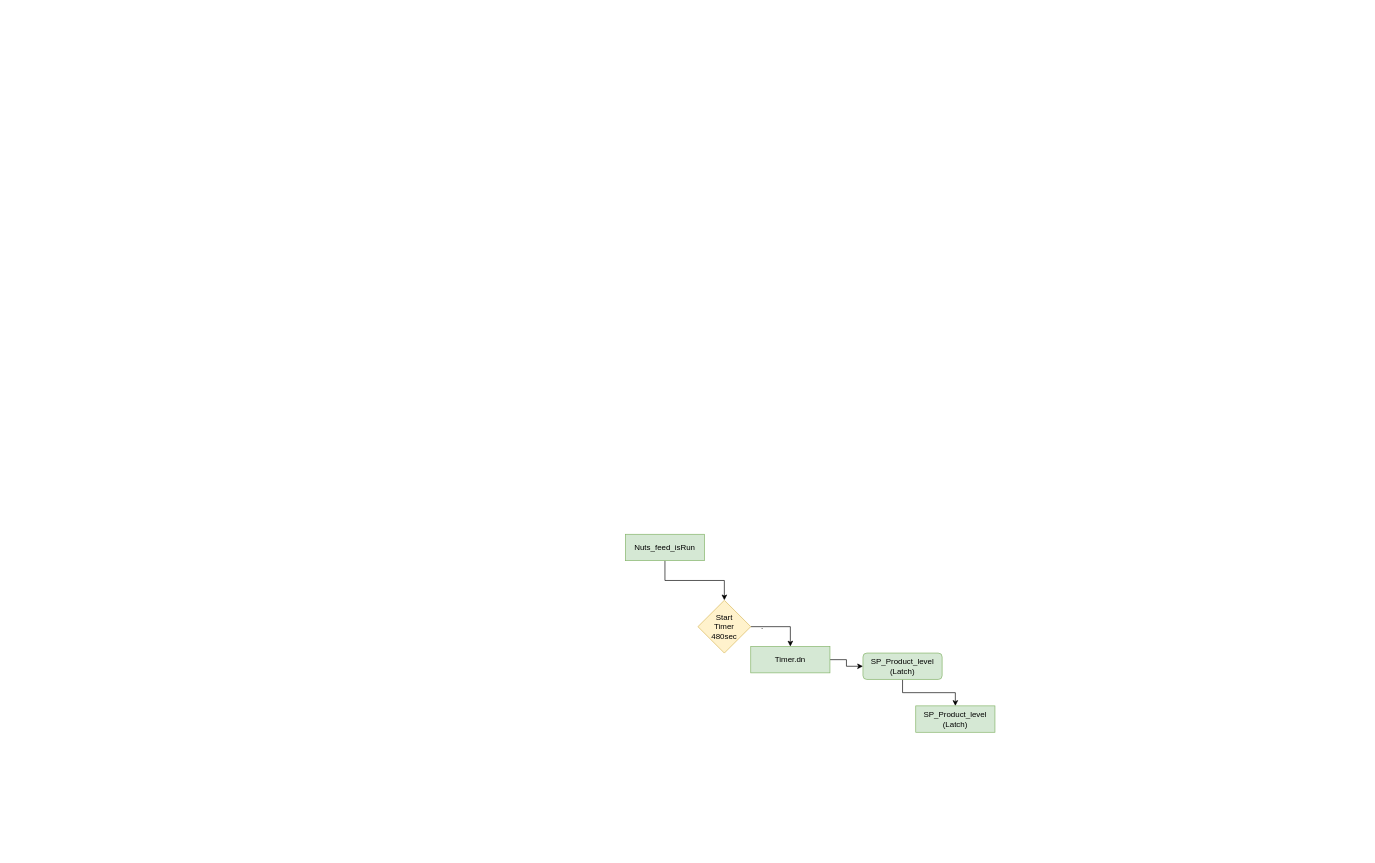
Johnystu/draw_io keeps this draw.io diagram as Fryer_Nut-SP_Product_level.drawio. Above is the earlier version. Source tidied: cells renumbered, new cells numbered last; positions are measured from the earlier drawing's top-left corner, leaving out a move shared by most shapes. Both pictures are drawn from the tidied source at 66%, with x=0, y=0 at pixel (625, 534).
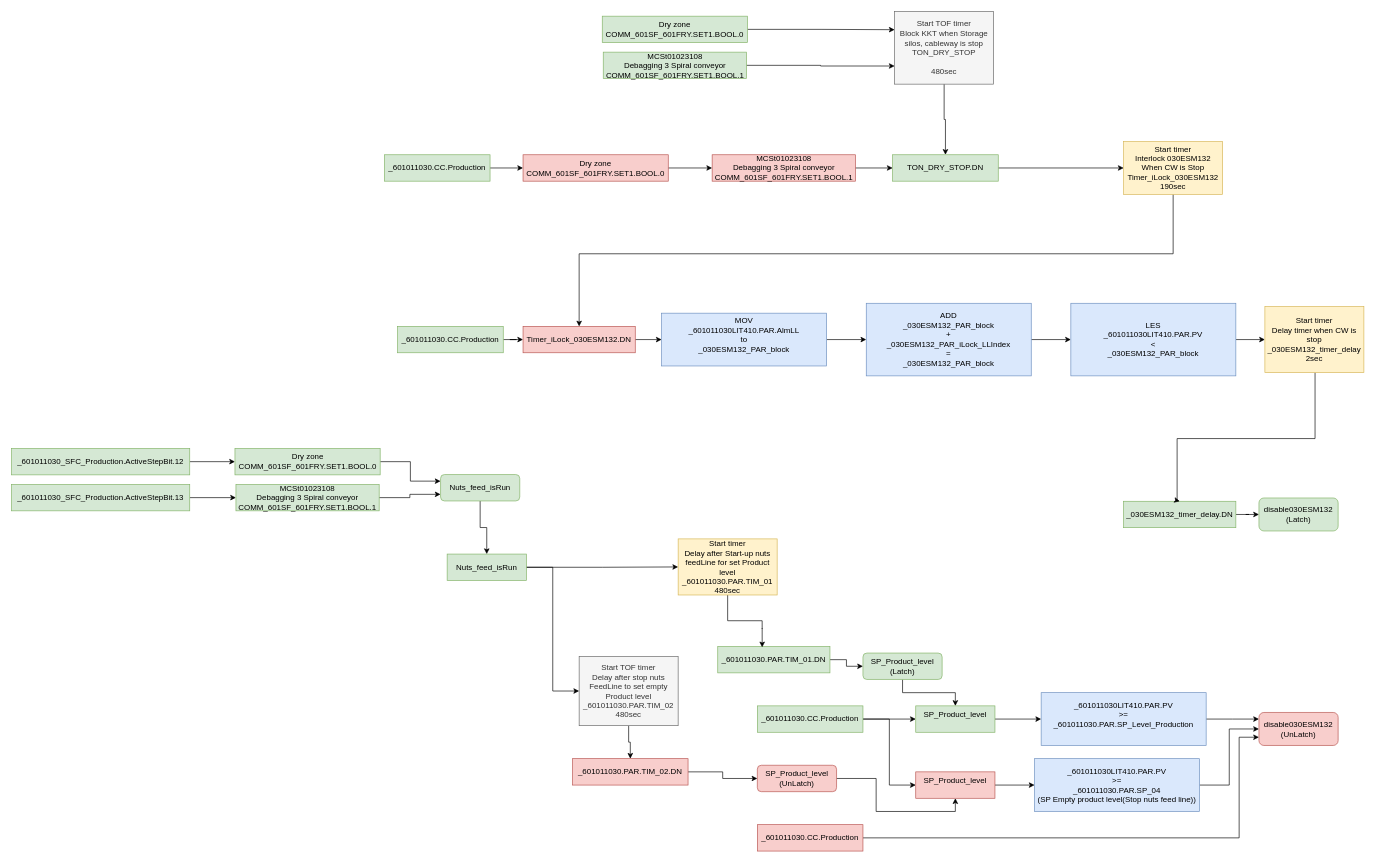
After the change.

Diff of the diagram source:
```diff
@@
+    <mxCell id="12" style="edgeStyle=orthogonalEdgeStyle;rounded=0;jettySize=auto;html=1;" parent="1" edge="1" source="2" target="19">
+      <mxGeometry relative="1" as="geometry" />
+    </mxCell>
-    <mxCell id="2" value="&lt;div&gt;SP_Product_level&lt;/div&gt;&lt;div&gt;(Latch)&lt;br&gt;&lt;/div&gt;" style="rounded=0;whiteSpace=wrap;html=1;fillColor=#d5e8d4;strokeColor=#82b366;" parent="1" vertex="1">
+    <mxCell id="2" value="&lt;div&gt;SP_Product_level&lt;/div&gt;&lt;div&gt;&lt;br&gt;&lt;/div&gt;" style="rounded=0;whiteSpace=wrap;html=1;fillColor=#d5e8d4;strokeColor=#82b366;" parent="1" vertex="1">
       <mxGeometry x="440" y="260" width="120" height="40" as="geometry" />
     </mxCell>
-    <mxCell id="3" style="edgeStyle=orthogonalEdgeStyle;rounded=0;jettySize=auto;html=1;entryX=0.5;entryY=0;entryDx=0;entryDy=0;" parent="1" edge="1" source="4" target="8">
-      <mxGeometry relative="1" as="geometry" />
-    </mxCell>
+    <mxCell id="13" style="edgeStyle=orthogonalEdgeStyle;rounded=0;jettySize=auto;html=1;" parent="1" edge="1" source="4" target="59">
+      <mxGeometry relative="1" as="geometry" />
+    </mxCell>
+    <mxCell id="14" style="edgeStyle=orthogonalEdgeStyle;rounded=0;jettySize=auto;html=1;entryX=0;entryY=0.5;entryDx=0;entryDy=0;" parent="1" edge="1" source="4" target="71">
+      <mxGeometry relative="1" as="geometry" />
+    </mxCell>
     <mxCell id="4" value="Nuts_feed_isRun" style="rounded=0;whiteSpace=wrap;html=1;fillColor=#d5e8d4;strokeColor=#82b366;" parent="1" vertex="1">
-      <mxGeometry width="120" height="40" as="geometry" />
+      <mxGeometry x="-270" y="30" width="120" height="40" as="geometry" />
     </mxCell>
@@
-    <mxCell id="7" style="edgeStyle=orthogonalEdgeStyle;rounded=0;jettySize=auto;html=1;exitX=1;exitY=0.5;exitDx=0;exitDy=0;entryX=0.5;entryY=0;entryDx=0;entryDy=0;" parent="1" edge="1" source="8" target="11">
-      <mxGeometry relative="1" as="geometry" />
-    </mxCell>
-    <mxCell id="8" value="&lt;div&gt;Start&lt;br&gt;&lt;/div&gt;&lt;div&gt;Timer&lt;/div&gt;&lt;div&gt;480sec&lt;br&gt;&lt;/div&gt;" style="rhombus;whiteSpace=wrap;html=1;fillColor=#fff2cc;strokeColor=#d6b656;" parent="1" vertex="1">
-      <mxGeometry x="110" y="100" width="80" height="80" as="geometry" />
-    </mxCell>
@@
-    <mxCell id="11" value="Timer.dn" style="rounded=0;whiteSpace=wrap;html=1;fillColor=#d5e8d4;strokeColor=#82b366;" parent="1" vertex="1">
-      <mxGeometry x="190" y="170" width="120" height="40" as="geometry" />
+    <mxCell id="11" value="_601011030.PAR.TIM_01.DN" style="rounded=0;whiteSpace=wrap;html=1;fillColor=#d5e8d4;strokeColor=#82b366;" parent="1" vertex="1">
+      <mxGeometry x="140" y="170" width="170" height="40" as="geometry" />
     </mxCell>
+    <mxCell id="15" style="edgeStyle=orthogonalEdgeStyle;rounded=0;jettySize=auto;html=1;" parent="1" edge="1" source="17" target="2">
+      <mxGeometry relative="1" as="geometry" />
+    </mxCell>
+    <mxCell id="16" style="edgeStyle=orthogonalEdgeStyle;rounded=0;jettySize=auto;html=1;entryX=0;entryY=0.5;entryDx=0;entryDy=0;" parent="1" edge="1" source="17" target="22">
+      <mxGeometry relative="1" as="geometry" />
+    </mxCell>
+    <mxCell id="17" value="_601011030.CC.Production" style="rounded=0;whiteSpace=wrap;html=1;fillColor=#d5e8d4;strokeColor=#82b366;" parent="1" vertex="1">
+      <mxGeometry x="200" y="260" width="160" height="40" as="geometry" />
+    </mxCell>
+    <mxCell id="18" style="edgeStyle=orthogonalEdgeStyle;rounded=0;jettySize=auto;html=1;" parent="1" edge="1" source="19">
+      <mxGeometry relative="1" as="geometry">
+        <mxPoint x="960" y="280" as="targetPoint" />
+      </mxGeometry>
+    </mxCell>
+    <mxCell id="19" value="&lt;div&gt;_601011030LIT410.PAR.PV&lt;/div&gt;&lt;div&gt;&amp;gt;=&lt;/div&gt;_601011030.PAR.SP_Level_Production&lt;div&gt;&lt;br&gt;&lt;/div&gt;" style="rounded=0;whiteSpace=wrap;html=1;fillColor=#dae8fc;strokeColor=#6c8ebf;" parent="1" vertex="1">
+      <mxGeometry x="630" y="240" width="250" height="80" as="geometry" />
+    </mxCell>
+    <mxCell id="20" value="&lt;div&gt;disable030ESM132&lt;/div&gt;&lt;div&gt;(UnLatch)&lt;br&gt;&lt;/div&gt;" style="rounded=1;whiteSpace=wrap;html=1;fillColor=#f8cecc;strokeColor=#b85450;" parent="1" vertex="1">
+      <mxGeometry x="960" y="270" width="120" height="50" as="geometry" />
+    </mxCell>
+    <mxCell id="21" style="edgeStyle=orthogonalEdgeStyle;rounded=0;jettySize=auto;html=1;" parent="1" edge="1" source="22" target="24">
+      <mxGeometry relative="1" as="geometry" />
+    </mxCell>
+    <mxCell id="22" value="&lt;div&gt;SP_Product_level&lt;/div&gt;&lt;div&gt;&lt;br&gt;&lt;/div&gt;" style="rounded=0;whiteSpace=wrap;html=1;fillColor=#f8cecc;strokeColor=#b85450;" parent="1" vertex="1">
+      <mxGeometry x="440" y="360" width="120" height="40" as="geometry" />
+    </mxCell>
+    <mxCell id="23" style="edgeStyle=orthogonalEdgeStyle;rounded=0;jettySize=auto;html=1;entryX=0;entryY=0.5;entryDx=0;entryDy=0;" parent="1" edge="1" source="24" target="20">
+      <mxGeometry relative="1" as="geometry" />
+    </mxCell>
+    <mxCell id="24" value="&lt;div&gt;_601011030LIT410.PAR.PV&lt;/div&gt;&lt;div&gt;&amp;gt;=&lt;/div&gt;&lt;div&gt;_601011030.PAR.SP_04&lt;/div&gt;&lt;div&gt;(SP Empty product level(Stop nuts feed line))&lt;br&gt;&lt;/div&gt;" style="rounded=0;whiteSpace=wrap;html=1;fillColor=#dae8fc;strokeColor=#6c8ebf;" parent="1" vertex="1">
+      <mxGeometry x="620" y="340" width="250" height="80" as="geometry" />
+    </mxCell>
+    <mxCell id="25" style="edgeStyle=orthogonalEdgeStyle;rounded=0;jettySize=auto;html=1;entryX=0;entryY=0.75;entryDx=0;entryDy=0;" parent="1" edge="1" source="26" target="20">
+      <mxGeometry relative="1" as="geometry">
+        <Array as="points">
+          <mxPoint x="930" y="460" />
+          <mxPoint x="930" y="307" />
+        </Array>
+      </mxGeometry>
+    </mxCell>
+    <mxCell id="26" value="_601011030.CC.Production" style="rounded=0;whiteSpace=wrap;html=1;fillColor=#f8cecc;strokeColor=#b85450;" parent="1" vertex="1">
+      <mxGeometry x="200" y="440" width="160" height="40" as="geometry" />
+    </mxCell>
+    <mxCell id="27" value="&lt;div&gt;disable030ESM132&lt;/div&gt;&lt;div&gt;(Latch)&lt;br&gt;&lt;/div&gt;" style="rounded=1;whiteSpace=wrap;html=1;fillColor=#d5e8d4;strokeColor=#82b366;" parent="1" vertex="1">
+      <mxGeometry x="960" y="-55" width="120" height="50" as="geometry" />
+    </mxCell>
+    <mxCell id="28" style="edgeStyle=orthogonalEdgeStyle;rounded=0;jettySize=auto;html=1;" parent="1" edge="1" source="29" target="27">
+      <mxGeometry relative="1" as="geometry" />
+    </mxCell>
+    <mxCell id="29" value="&lt;div&gt;_030ESM132_timer_delay.DN&lt;/div&gt;" style="rounded=0;whiteSpace=wrap;html=1;fillColor=#d5e8d4;strokeColor=#82b366;" parent="1" vertex="1">
+      <mxGeometry x="755" y="-50" width="170" height="40" as="geometry" />
+    </mxCell>
+    <mxCell id="30" style="edgeStyle=orthogonalEdgeStyle;rounded=0;jettySize=auto;html=1;" parent="1" edge="1" source="31" target="33">
+      <mxGeometry relative="1" as="geometry" />
+    </mxCell>
+    <mxCell id="31" value="_601011030.CC.Production" style="rounded=0;whiteSpace=wrap;html=1;fillColor=#d5e8d4;strokeColor=#82b366;" parent="1" vertex="1">
+      <mxGeometry x="-345" y="-315" width="160" height="40" as="geometry" />
+    </mxCell>
+    <mxCell id="32" style="edgeStyle=orthogonalEdgeStyle;rounded=0;jettySize=auto;html=1;" parent="1" edge="1" source="33" target="35">
+      <mxGeometry relative="1" as="geometry" />
+    </mxCell>
+    <mxCell id="33" value="&lt;div&gt;Timer_iLock_030ESM132.DN&lt;/div&gt;" style="rounded=0;whiteSpace=wrap;html=1;fillColor=#f8cecc;strokeColor=#b85450;" parent="1" vertex="1">
+      <mxGeometry x="-155" y="-315" width="170" height="40" as="geometry" />
+    </mxCell>
+    <mxCell id="34" style="edgeStyle=orthogonalEdgeStyle;rounded=0;jettySize=auto;html=1;" parent="1" edge="1" source="35" target="37">
+      <mxGeometry relative="1" as="geometry" />
+    </mxCell>
+    <mxCell id="35" value="&lt;div&gt;MOV&lt;/div&gt;&lt;div&gt;_601011030LIT410.PAR.AlmLL&lt;br&gt;&lt;/div&gt;&lt;div&gt;to&lt;/div&gt;&lt;div&gt;_030ESM132_PAR_block&lt;br&gt;&lt;/div&gt;&lt;div&gt;&lt;br&gt;&lt;/div&gt;" style="rounded=0;whiteSpace=wrap;html=1;fillColor=#dae8fc;strokeColor=#6c8ebf;" parent="1" vertex="1">
+      <mxGeometry x="55" y="-335" width="250" height="80" as="geometry" />
+    </mxCell>
+    <mxCell id="36" style="edgeStyle=orthogonalEdgeStyle;rounded=0;jettySize=auto;html=1;" parent="1" edge="1" source="37" target="39">
+      <mxGeometry relative="1" as="geometry" />
+    </mxCell>
+    <mxCell id="37" value="&lt;div&gt;ADD&lt;/div&gt;&lt;div&gt;_030ESM132_PAR_block&lt;br&gt;&lt;/div&gt;+&lt;div&gt;_030ESM132_PAR_iLock_LLIndex&lt;br&gt;&lt;/div&gt;&lt;div&gt;=&lt;/div&gt;&lt;div&gt;_030ESM132_PAR_block&lt;br&gt;&lt;/div&gt;" style="rounded=0;whiteSpace=wrap;html=1;fillColor=#dae8fc;strokeColor=#6c8ebf;" parent="1" vertex="1">
+      <mxGeometry x="365" y="-350" width="250" height="110" as="geometry" />
+    </mxCell>
+    <mxCell id="38" style="edgeStyle=orthogonalEdgeStyle;rounded=0;jettySize=auto;html=1;" parent="1" edge="1" source="39" target="41">
+      <mxGeometry relative="1" as="geometry" />
+    </mxCell>
+    <mxCell id="39" value="&lt;div&gt;LES&lt;/div&gt;&lt;div&gt;_601011030LIT410.PAR.PV&lt;/div&gt;&lt;div&gt;&amp;lt;&lt;/div&gt;&lt;div&gt;_030ESM132_PAR_block&lt;br&gt;&lt;/div&gt;" style="rounded=0;whiteSpace=wrap;html=1;fillColor=#dae8fc;strokeColor=#6c8ebf;" parent="1" vertex="1">
+      <mxGeometry x="675" y="-350" width="250" height="110" as="geometry" />
+    </mxCell>
+    <mxCell id="40" style="edgeStyle=orthogonalEdgeStyle;rounded=0;jettySize=auto;html=1;entryX=0.5;entryY=0;entryDx=0;entryDy=0;" parent="1" edge="1" source="41" target="29">
+      <mxGeometry relative="1" as="geometry">
+        <Array as="points">
+          <mxPoint x="1045" y="-145" />
+          <mxPoint x="836" y="-145" />
+          <mxPoint x="836" y="-51" />
+        </Array>
+      </mxGeometry>
+    </mxCell>
+    <mxCell id="41" value="&lt;div&gt;Start timer&lt;/div&gt;&lt;div&gt;Delay timer when CW is stop&lt;br&gt;&lt;/div&gt;&lt;div&gt;_030ESM132_timer_delay&lt;br&gt;&lt;/div&gt;&lt;div&gt;2sec&lt;br&gt;&lt;/div&gt;" style="rounded=0;whiteSpace=wrap;html=1;fillColor=#fff2cc;strokeColor=#d6b656;" parent="1" vertex="1">
+      <mxGeometry x="969" y="-345" width="150" height="100" as="geometry" />
+    </mxCell>
+    <mxCell id="42" style="edgeStyle=orthogonalEdgeStyle;rounded=0;jettySize=auto;html=1;" parent="1" edge="1" source="43" target="45">
+      <mxGeometry relative="1" as="geometry" />
+    </mxCell>
+    <mxCell id="43" value="_601011030.CC.Production" style="rounded=0;whiteSpace=wrap;html=1;fillColor=#d5e8d4;strokeColor=#82b366;" parent="1" vertex="1">
+      <mxGeometry x="-365" y="-575" width="160" height="40" as="geometry" />
+    </mxCell>
+    <mxCell id="44" style="edgeStyle=orthogonalEdgeStyle;rounded=0;jettySize=auto;html=1;" parent="1" edge="1" source="45" target="47">
+      <mxGeometry relative="1" as="geometry" />
+    </mxCell>
+    <mxCell id="45" value="&lt;div&gt;Dry zone&lt;br&gt;&lt;/div&gt;&lt;div&gt;COMM_601SF_601FRY.SET1.BOOL.0&lt;/div&gt;" style="rounded=0;whiteSpace=wrap;html=1;fillColor=#f8cecc;strokeColor=#b85450;" parent="1" vertex="1">
+      <mxGeometry x="-155" y="-575" width="220" height="40" as="geometry" />
+    </mxCell>
+    <mxCell id="46" style="edgeStyle=orthogonalEdgeStyle;rounded=0;jettySize=auto;html=1;" parent="1" edge="1" source="47" target="49">
+      <mxGeometry relative="1" as="geometry" />
+    </mxCell>
+    <mxCell id="47" value="&lt;div&gt;MCSt01023108&lt;/div&gt;&lt;div&gt;Debagging 3 Spiral conveyor&lt;br&gt;&lt;/div&gt;&lt;div&gt;COMM_601SF_601FRY.SET1.BOOL.1&lt;/div&gt;" style="rounded=0;whiteSpace=wrap;html=1;fillColor=#f8cecc;strokeColor=#b85450;" parent="1" vertex="1">
+      <mxGeometry x="131.5" y="-575" width="217" height="40" as="geometry" />
+    </mxCell>
+    <mxCell id="48" style="edgeStyle=orthogonalEdgeStyle;rounded=0;jettySize=auto;html=1;" parent="1" edge="1" source="49" target="51">
+      <mxGeometry relative="1" as="geometry" />
+    </mxCell>
+    <mxCell id="49" value="TON_DRY_STOP.DN" style="rounded=0;whiteSpace=wrap;html=1;fillColor=#d5e8d4;strokeColor=#82b366;" parent="1" vertex="1">
+      <mxGeometry x="405" y="-575" width="160" height="40" as="geometry" />
+    </mxCell>
+    <mxCell id="50" style="edgeStyle=orthogonalEdgeStyle;rounded=0;jettySize=auto;html=1;" parent="1" edge="1" source="51" target="33">
+      <mxGeometry relative="1" as="geometry">
+        <Array as="points">
+          <mxPoint x="830" y="-425" />
+          <mxPoint x="-70" y="-425" />
+        </Array>
+      </mxGeometry>
+    </mxCell>
+    <mxCell id="51" value="&lt;div&gt;Start timer&lt;/div&gt;&lt;div&gt;Interlock 030ESM132 When CW is Stop&lt;br&gt;&lt;/div&gt;&lt;div&gt;Timer_iLock_030ESM132&lt;br&gt;&lt;/div&gt;&lt;div&gt;190sec&lt;br&gt;&lt;/div&gt;" style="rounded=0;whiteSpace=wrap;html=1;fillColor=#fff2cc;strokeColor=#d6b656;" parent="1" vertex="1">
+      <mxGeometry x="755" y="-595" width="150" height="80" as="geometry" />
+    </mxCell>
+    <mxCell id="52" style="edgeStyle=orthogonalEdgeStyle;rounded=0;jettySize=auto;html=1;entryX=0.5;entryY=0;entryDx=0;entryDy=0;" parent="1" edge="1" source="53" target="49">
+      <mxGeometry relative="1" as="geometry" />
+    </mxCell>
+    <mxCell id="53" value="&lt;div&gt;Start TOF timer&lt;/div&gt;&lt;div&gt;Block KKT when Storage silos, cableway is stop&lt;br&gt;&lt;/div&gt;&lt;div&gt;TON_DRY_STOP&lt;/div&gt;&lt;div&gt;&lt;br&gt;&lt;/div&gt;&lt;div&gt;480sec&lt;br&gt;&lt;/div&gt;" style="rounded=0;whiteSpace=wrap;html=1;fillColor=#f5f5f5;strokeColor=#666666;fontColor=#333333;" parent="1" vertex="1">
+      <mxGeometry x="408" y="-792" width="150" height="110" as="geometry" />
+    </mxCell>
+    <mxCell id="54" style="edgeStyle=orthogonalEdgeStyle;rounded=0;jettySize=auto;html=1;entryX=0;entryY=0.25;entryDx=0;entryDy=0;" parent="1" edge="1" source="55" target="53">
+      <mxGeometry relative="1" as="geometry" />
+    </mxCell>
+    <mxCell id="55" value="&lt;div&gt;Dry zone&lt;br&gt;&lt;/div&gt;&lt;div&gt;COMM_601SF_601FRY.SET1.BOOL.0&lt;/div&gt;" style="rounded=0;whiteSpace=wrap;html=1;fillColor=#d5e8d4;strokeColor=#82b366;" parent="1" vertex="1">
+      <mxGeometry x="-35" y="-785" width="220" height="40" as="geometry" />
+    </mxCell>
+    <mxCell id="56" style="edgeStyle=orthogonalEdgeStyle;rounded=0;jettySize=auto;html=1;entryX=0;entryY=0.75;entryDx=0;entryDy=0;" parent="1" edge="1" source="57" target="53">
+      <mxGeometry relative="1" as="geometry" />
+    </mxCell>
+    <mxCell id="57" value="&lt;div&gt;MCSt01023108&lt;/div&gt;&lt;div&gt;Debagging 3 Spiral conveyor&lt;br&gt;&lt;/div&gt;&lt;div&gt;COMM_601SF_601FRY.SET1.BOOL.1&lt;/div&gt;" style="rounded=0;whiteSpace=wrap;html=1;fillColor=#d5e8d4;strokeColor=#82b366;" parent="1" vertex="1">
+      <mxGeometry x="-33.5" y="-730.5" width="217" height="40" as="geometry" />
+    </mxCell>
+    <mxCell id="58" style="edgeStyle=orthogonalEdgeStyle;rounded=0;jettySize=auto;html=1;entryX=0.396;entryY=0.032;entryDx=0;entryDy=0;entryPerimeter=0;" parent="1" edge="1" source="59" target="11">
+      <mxGeometry relative="1" as="geometry" />
+    </mxCell>
+    <mxCell id="59" value="&lt;div&gt;Start timer&lt;/div&gt;&lt;div&gt;Delay after Start-up nuts feedLine for set Product level&lt;br&gt;&lt;/div&gt;&lt;div&gt;_601011030.PAR.TIM_01&lt;br&gt;&lt;/div&gt;&lt;div&gt;480sec&lt;br&gt;&lt;/div&gt;" style="rounded=0;whiteSpace=wrap;html=1;fillColor=#fff2cc;strokeColor=#d6b656;" parent="1" vertex="1">
+      <mxGeometry x="80" y="7" width="150" height="85" as="geometry" />
+    </mxCell>
+    <mxCell id="60" style="edgeStyle=orthogonalEdgeStyle;rounded=0;jettySize=auto;html=1;" parent="1" edge="1" source="61" target="65">
+      <mxGeometry relative="1" as="geometry" />
+    </mxCell>
+    <mxCell id="61" value="_601011030_SFC_Production.ActiveStepBit.12" style="rounded=0;whiteSpace=wrap;html=1;fillColor=#d5e8d4;strokeColor=#82b366;" parent="1" vertex="1">
+      <mxGeometry x="-930" y="-130" width="270" height="40" as="geometry" />
+    </mxCell>
+    <mxCell id="62" style="edgeStyle=orthogonalEdgeStyle;rounded=0;jettySize=auto;html=1;" parent="1" edge="1" source="63" target="67">
+      <mxGeometry relative="1" as="geometry" />
+    </mxCell>
+    <mxCell id="63" value="_601011030_SFC_Production.ActiveStepBit.13" style="rounded=0;whiteSpace=wrap;html=1;fillColor=#d5e8d4;strokeColor=#82b366;" parent="1" vertex="1">
+      <mxGeometry x="-930" y="-75.5" width="270" height="40" as="geometry" />
+    </mxCell>
+    <mxCell id="64" style="edgeStyle=orthogonalEdgeStyle;rounded=0;jettySize=auto;html=1;entryX=0;entryY=0.25;entryDx=0;entryDy=0;" parent="1" edge="1" source="65" target="69">
+      <mxGeometry relative="1" as="geometry" />
+    </mxCell>
+    <mxCell id="65" value="&lt;div&gt;Dry zone&lt;br&gt;&lt;/div&gt;&lt;div&gt;COMM_601SF_601FRY.SET1.BOOL.0&lt;/div&gt;" style="rounded=0;whiteSpace=wrap;html=1;fillColor=#d5e8d4;strokeColor=#82b366;" parent="1" vertex="1">
+      <mxGeometry x="-591.5" y="-130" width="220" height="40" as="geometry" />
+    </mxCell>
+    <mxCell id="66" style="edgeStyle=orthogonalEdgeStyle;rounded=0;jettySize=auto;html=1;entryX=0;entryY=0.75;entryDx=0;entryDy=0;" parent="1" edge="1" source="67" target="69">
+      <mxGeometry relative="1" as="geometry" />
+    </mxCell>
+    <mxCell id="67" value="&lt;div&gt;MCSt01023108&lt;/div&gt;&lt;div&gt;Debagging 3 Spiral conveyor&lt;br&gt;&lt;/div&gt;&lt;div&gt;COMM_601SF_601FRY.SET1.BOOL.1&lt;/div&gt;" style="rounded=0;whiteSpace=wrap;html=1;fillColor=#d5e8d4;strokeColor=#82b366;" parent="1" vertex="1">
+      <mxGeometry x="-590" y="-75.5" width="217" height="40" as="geometry" />
+    </mxCell>
+    <mxCell id="68" style="edgeStyle=orthogonalEdgeStyle;rounded=0;jettySize=auto;html=1;" parent="1" edge="1" source="69" target="4">
+      <mxGeometry relative="1" as="geometry" />
+    </mxCell>
+    <mxCell id="69" value="Nuts_feed_isRun" style="rounded=1;whiteSpace=wrap;html=1;fillColor=#d5e8d4;strokeColor=#82b366;" parent="1" vertex="1">
+      <mxGeometry x="-280" y="-90.5" width="120" height="40" as="geometry" />
+    </mxCell>
+    <mxCell id="70" style="edgeStyle=orthogonalEdgeStyle;rounded=0;jettySize=auto;html=1;entryX=0.5;entryY=0;entryDx=0;entryDy=0;" parent="1" edge="1" source="71" target="73">
+      <mxGeometry relative="1" as="geometry" />
+    </mxCell>
+    <mxCell id="71" value="&lt;div&gt;Start TOF timer&lt;/div&gt;&lt;div&gt;Delay after stop nuts FeedLine to set empty Product level&lt;br&gt;&lt;/div&gt;&lt;div&gt;_601011030.PAR.TIM_02&lt;br&gt;&lt;/div&gt;&lt;div&gt;480sec&lt;br&gt;&lt;/div&gt;" style="rounded=0;whiteSpace=wrap;html=1;fillColor=#f5f5f5;strokeColor=#666666;fontColor=#333333;" parent="1" vertex="1">
+      <mxGeometry x="-70" y="185" width="150" height="105" as="geometry" />
+    </mxCell>
+    <mxCell id="72" style="edgeStyle=orthogonalEdgeStyle;rounded=0;jettySize=auto;html=1;entryX=0;entryY=0.5;entryDx=0;entryDy=0;" parent="1" edge="1" source="73" target="75">
+      <mxGeometry relative="1" as="geometry" />
+    </mxCell>
+    <mxCell id="73" value="_601011030.PAR.TIM_02.DN" style="rounded=0;whiteSpace=wrap;html=1;fillColor=#f8cecc;strokeColor=#b85450;" parent="1" vertex="1">
+      <mxGeometry x="-80" y="340" width="175" height="40" as="geometry" />
+    </mxCell>
+    <mxCell id="74" style="edgeStyle=orthogonalEdgeStyle;rounded=0;jettySize=auto;html=1;entryX=0.5;entryY=1;entryDx=0;entryDy=0;" parent="1" edge="1" source="75" target="22">
+      <mxGeometry relative="1" as="geometry" />
+    </mxCell>
+    <mxCell id="75" value="&lt;div&gt;SP_Product_level&lt;/div&gt;&lt;div&gt;(UnLatch)&lt;br&gt;&lt;/div&gt;" style="rounded=1;whiteSpace=wrap;html=1;fillColor=#f8cecc;strokeColor=#b85450;" parent="1" vertex="1">
+      <mxGeometry x="200" y="350" width="120" height="40" as="geometry" />
+    </mxCell>
```
